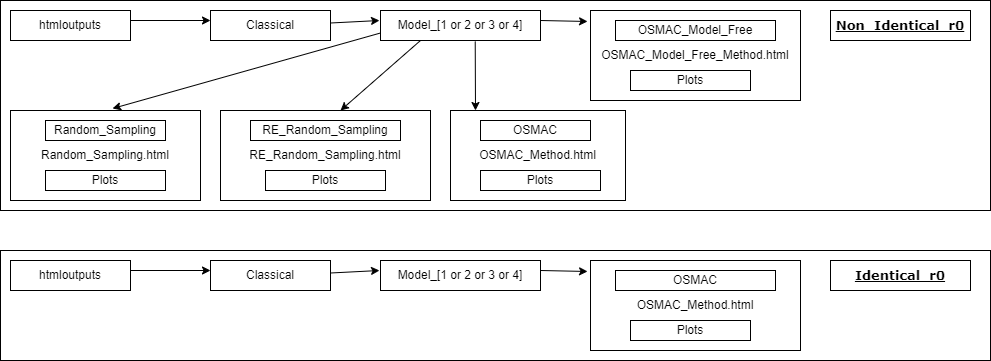
Amalan-ConStat/RS_OS_MROS_PR_TwoVar_Normal keeps this draw.io diagram as Images/htmloutputs.png. Above is the earlier version. Source tidied: cells renumbered, new cells last; positions are measured from the earlier drawing's top-left corner, leaving out a move shared by most shapes.
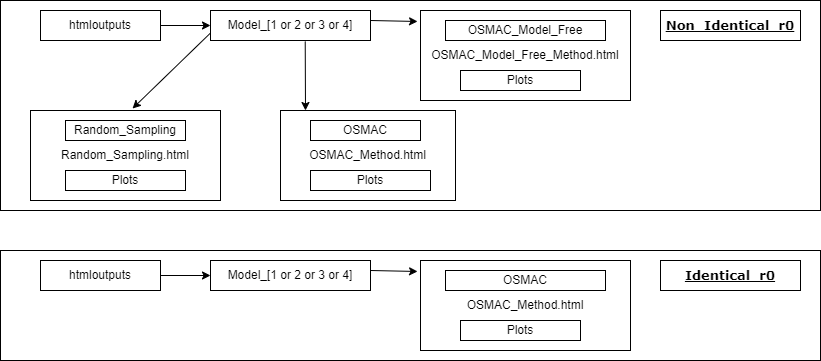
The same file after the commit.

Change to the diagram source:
```diff
@@ -3,69 +3,43 @@
     <mxCell id="0" />
     <mxCell id="1" parent="0" />
     <mxCell id="2" style="rounded=0;whiteSpace=wrap;html=1;fontFamily=Verdana;fontSize=13;fontColor=#000000;" parent="1" vertex="1">
-      <mxGeometry y="250" width="990" height="110" as="geometry" />
+      <mxGeometry x="170" y="250" width="820" height="110" as="geometry" />
     </mxCell>
     <mxCell id="3" style="rounded=0;whiteSpace=wrap;html=1;fontFamily=Verdana;fontSize=13;fontColor=#000000;" parent="1" vertex="1">
-      <mxGeometry width="990" height="210" as="geometry" />
+      <mxGeometry x="170" width="820" height="210" as="geometry" />
     </mxCell>
     <mxCell id="4" value="OSMAC_Method.html" style="rounded=0;whiteSpace=wrap;html=1;" parent="1" vertex="1">
       <mxGeometry x="450" y="110" width="175" height="90" as="geometry" />
     </mxCell>
-    <mxCell id="5" value="&lt;span style=&quot;white-space: normal&quot;&gt;RE_Random_Sampling.html&lt;/span&gt;" style="rounded=0;whiteSpace=wrap;html=1;" parent="1" vertex="1">
-      <mxGeometry x="220" y="110" width="210" height="90" as="geometry" />
-    </mxCell>
     <mxCell id="6" value="Random_Sampling.html&lt;br&gt;" style="rounded=0;whiteSpace=wrap;html=1;" parent="1" vertex="1">
-      <mxGeometry x="10" y="110" width="190" height="90" as="geometry" />
+      <mxGeometry x="200" y="110" width="190" height="90" as="geometry" />
     </mxCell>
+    <mxCell id="36" style="edgeStyle=orthogonalEdgeStyle;rounded=0;jettySize=auto;html=1;" parent="1" edge="1" source="7" target="9">
+      <mxGeometry relative="1" as="geometry" />
+    </mxCell>
     <mxCell id="7" value="htmloutputs" style="rounded=0;whiteSpace=wrap;html=1;" parent="1" vertex="1">
-      <mxGeometry x="10" y="10" width="120" height="30" as="geometry" />
+      <mxGeometry x="210" y="10" width="120" height="30" as="geometry" />
     </mxCell>
-    <mxCell id="8" value="Classical" style="rounded=0;whiteSpace=wrap;html=1;" parent="1" vertex="1">
-      <mxGeometry x="210" y="10" width="120" height="30" as="geometry" />
-    </mxCell>
     <mxCell id="9" value="Model_[1 or 2 or 3 or 4]" style="rounded=0;whiteSpace=wrap;html=1;" parent="1" vertex="1">
       <mxGeometry x="380" y="10" width="160" height="30" as="geometry" />
     </mxCell>
     <mxCell id="10" value="Random_Sampling" style="rounded=0;whiteSpace=wrap;html=1;" parent="1" vertex="1">
-      <mxGeometry x="45" y="120" width="120" height="20" as="geometry" />
+      <mxGeometry x="235" y="120" width="120" height="20" as="geometry" />
     </mxCell>
-    <mxCell id="11" value="RE_Random_Sampling" style="rounded=0;whiteSpace=wrap;html=1;" parent="1" vertex="1">
-      <mxGeometry x="250" y="120" width="150" height="20" as="geometry" />
-    </mxCell>
     <mxCell id="12" value="OSMAC" style="rounded=0;whiteSpace=wrap;html=1;" parent="1" vertex="1">
       <mxGeometry x="480" y="120" width="110" height="20" as="geometry" />
     </mxCell>
-    <mxCell id="13" style="endArrow=classic;html=1;" parent="1" edge="1">
-      <mxGeometry relative="1" as="geometry">
-        <mxPoint x="130" y="20" as="sourcePoint" />
-        <mxPoint x="210" y="20" as="targetPoint" />
-      </mxGeometry>
-    </mxCell>
-    <mxCell id="14" style="endArrow=classic;html=1;exitX=1;exitY=0.25;exitDx=0;exitDy=0;" parent="1" edge="1">
-      <mxGeometry relative="1" as="geometry">
-        <mxPoint x="330" y="22.5" as="sourcePoint" />
-        <mxPoint x="379" y="20" as="targetPoint" />
-      </mxGeometry>
-    </mxCell>
     <mxCell id="15" style="endArrow=classic;html=1;exitX=0;exitY=0.75;exitDx=0;exitDy=0;entryX=0.537;entryY=-0.022;entryDx=0;entryDy=0;entryPerimeter=0;" parent="1" edge="1" source="9" target="6">
       <mxGeometry relative="1" as="geometry" />
     </mxCell>
-    <mxCell id="16" style="endArrow=classic;html=1;exitX=0.25;exitY=1;exitDx=0;exitDy=0;" parent="1" edge="1" source="9">
-      <mxGeometry relative="1" as="geometry">
-        <mxPoint x="340" y="110" as="targetPoint" />
-      </mxGeometry>
-    </mxCell>
     <mxCell id="17" style="endArrow=classic;html=1;exitX=0.592;exitY=1.033;exitDx=0;exitDy=0;exitPerimeter=0;" parent="1" edge="1" source="9">
       <mxGeometry relative="1" as="geometry">
         <mxPoint x="475" y="110" as="targetPoint" />
       </mxGeometry>
     </mxCell>
     <mxCell id="18" value="Plots" style="rounded=0;whiteSpace=wrap;html=1;" parent="1" vertex="1">
-      <mxGeometry x="45" y="170" width="120" height="20" as="geometry" />
+      <mxGeometry x="235" y="170" width="120" height="20" as="geometry" />
     </mxCell>
-    <mxCell id="19" value="Plots" style="rounded=0;whiteSpace=wrap;html=1;" parent="1" vertex="1">
-      <mxGeometry x="265" y="170" width="120" height="20" as="geometry" />
-    </mxCell>
     <mxCell id="20" value="Plots" style="rounded=0;whiteSpace=wrap;html=1;" parent="1" vertex="1">
       <mxGeometry x="480" y="170" width="120" height="20" as="geometry" />
     </mxCell>
@@ -86,27 +60,15 @@
     <mxCell id="25" value="&lt;font color=&quot;#000000&quot;&gt;&lt;b&gt;&lt;u&gt;Non_Identical_r0&lt;/u&gt;&lt;/b&gt;&lt;/font&gt;" style="rounded=0;whiteSpace=wrap;html=1;fontFamily=Verdana;fontSize=13;fontColor=#CC00CC;" parent="1" vertex="1">
       <mxGeometry x="830" y="10" width="140" height="30" as="geometry" />
     </mxCell>
+    <mxCell id="37" style="edgeStyle=orthogonalEdgeStyle;rounded=0;jettySize=auto;html=1;" parent="1" edge="1" source="26" target="28">
+      <mxGeometry relative="1" as="geometry" />
+    </mxCell>
     <mxCell id="26" value="htmloutputs" style="rounded=0;whiteSpace=wrap;html=1;" parent="1" vertex="1">
-      <mxGeometry x="10" y="260" width="120" height="30" as="geometry" />
+      <mxGeometry x="210" y="260" width="120" height="30" as="geometry" />
     </mxCell>
-    <mxCell id="27" value="Classical" style="rounded=0;whiteSpace=wrap;html=1;" parent="1" vertex="1">
-      <mxGeometry x="210" y="260" width="120" height="30" as="geometry" />
-    </mxCell>
     <mxCell id="28" value="Model_[1 or 2 or 3 or 4]" style="rounded=0;whiteSpace=wrap;html=1;" parent="1" vertex="1">
       <mxGeometry x="380" y="260" width="160" height="30" as="geometry" />
     </mxCell>
-    <mxCell id="29" style="endArrow=classic;html=1;" parent="1" edge="1">
-      <mxGeometry relative="1" as="geometry">
-        <mxPoint x="130" y="270" as="sourcePoint" />
-        <mxPoint x="210" y="270" as="targetPoint" />
-      </mxGeometry>
-    </mxCell>
-    <mxCell id="30" style="endArrow=classic;html=1;exitX=1;exitY=0.25;exitDx=0;exitDy=0;" parent="1" edge="1">
-      <mxGeometry relative="1" as="geometry">
-        <mxPoint x="330" y="272.5" as="sourcePoint" />
-        <mxPoint x="379" y="270" as="targetPoint" />
-      </mxGeometry>
-    </mxCell>
     <mxCell id="31" value="OSMAC_Method.html" style="rounded=0;whiteSpace=wrap;html=1;" parent="1" vertex="1">
       <mxGeometry x="590" y="260" width="210" height="90" as="geometry" />
     </mxCell>
```
